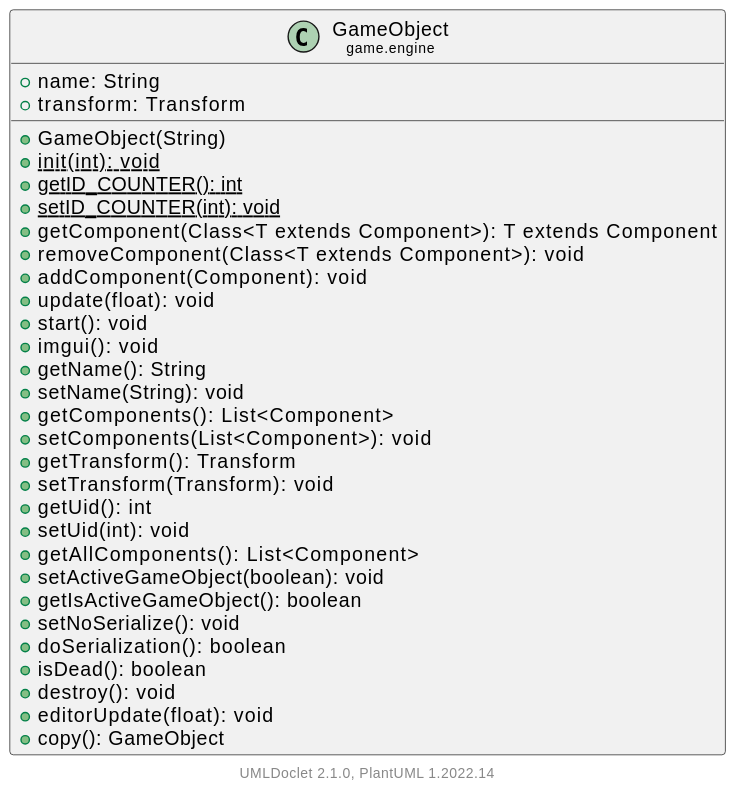
Before: doc/javadoc/game/engine/GameObject.svg, a diagram exported from PlantUML (Hirschiii/JavaGameEngine).
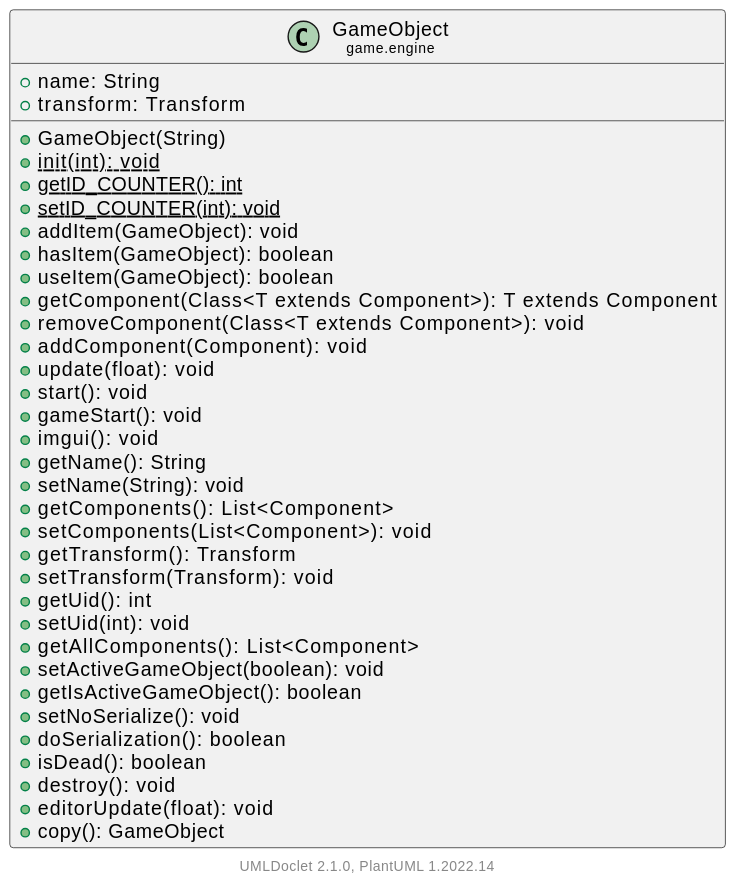
After the change.

What changed in the source:
```diff
@@ -10,11 +10,15 @@
         {static} +init(int): void
         {static} +getID_COUNTER(): int
         {static} +setID_COUNTER(int): void
+        +addItem(GameObject): void
+        +hasItem(GameObject): boolean
+        +useItem(GameObject): boolean
         +getComponent(Class<T extends Component>): T extends Component
         +removeComponent(Class<T extends Component>): void
         +addComponent(Component): void
         +update(float): void
         +start(): void
+        +gameStart(): void
         +imgui(): void
         +getName(): String
         +setName(String): void
```
